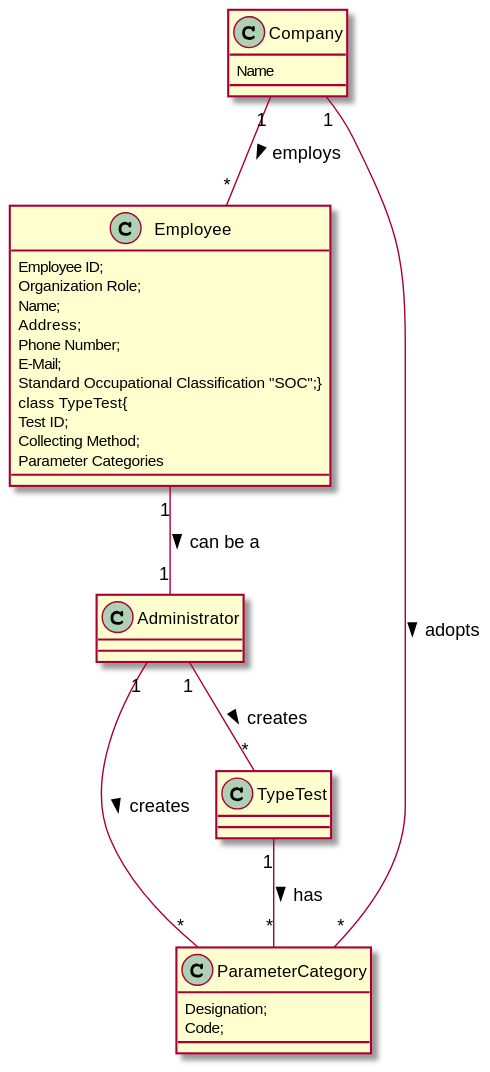
Above: docs/SprintB/US09/US9_MD.svg in MarianaCLages/LAPR2 (PlantUML), before the change.
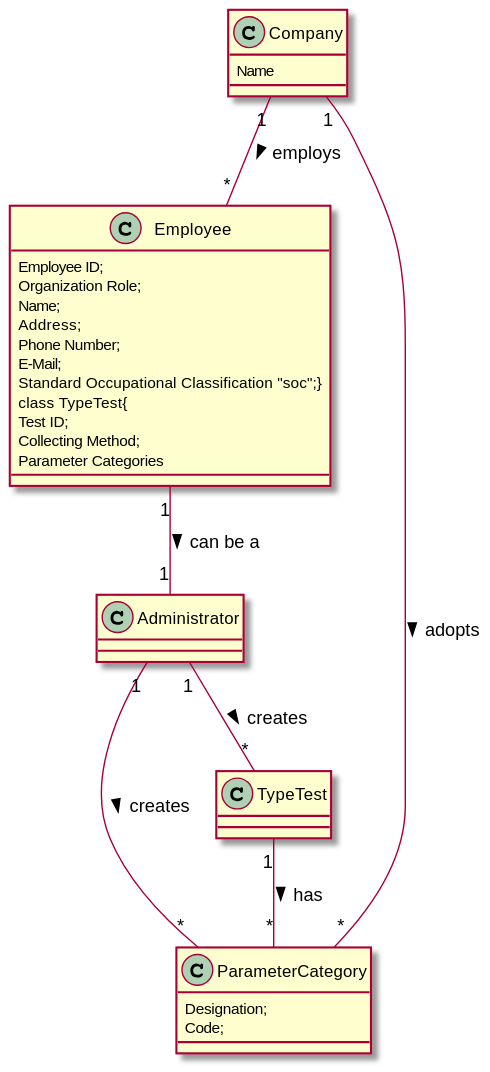
Later version of the same file.

What changed in the source:
```diff
@@ -9,7 +9,7 @@
 Address;
 Phone Number;
 E-Mail;
-Standard Occupational Classification "SOC";}
+Standard Occupational Classification "soc";}
 class TypeTest{
 Test ID;
 Collecting Method;
```
